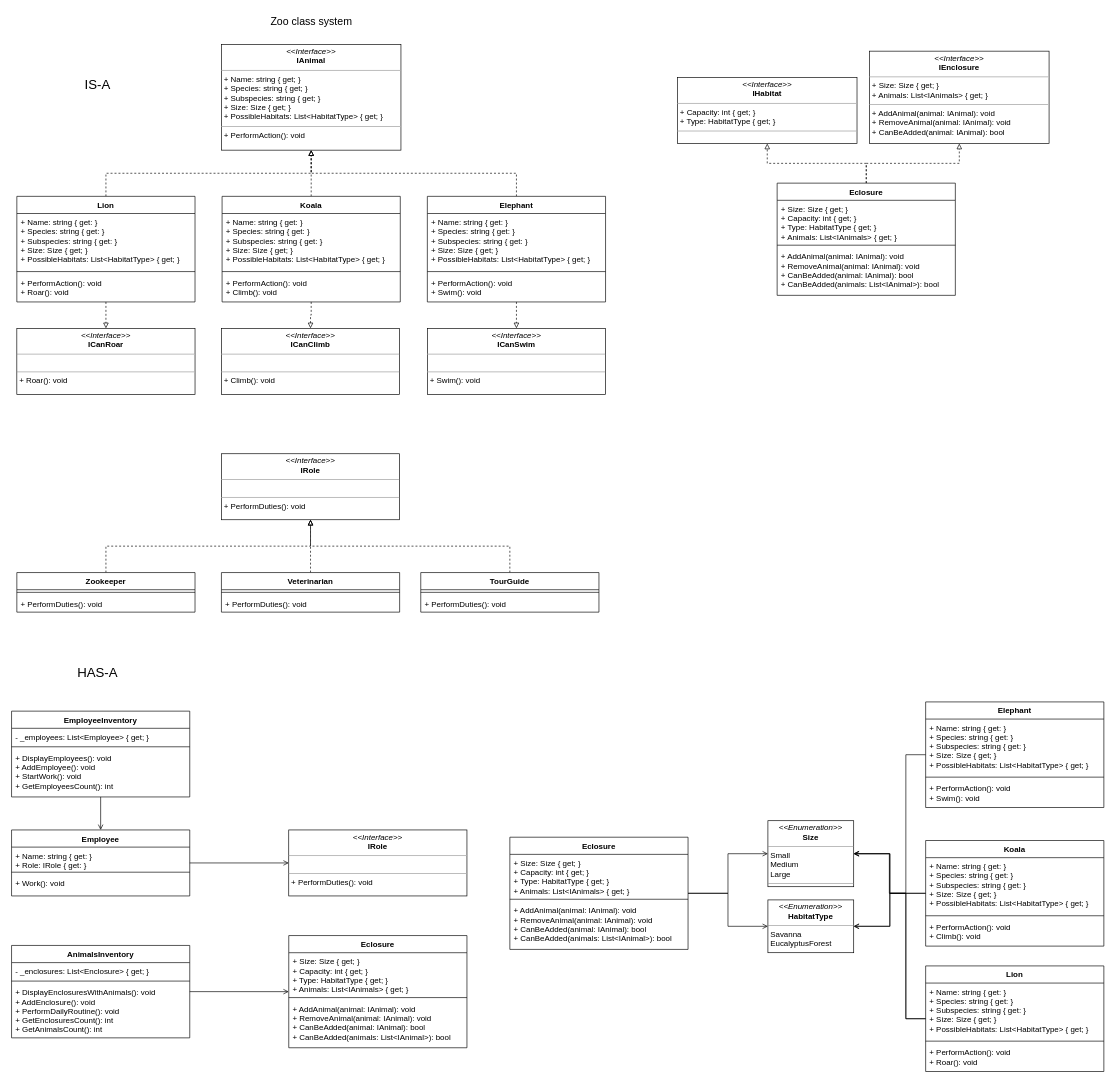
The draw.io diagram Lab1/ZooClassSystemDiagram.drawio in DeLinev/SoftwareDesignLabs, before the edit. Source tidied: cells renumbered, new cells numbered last; positions are measured from the earlier drawing's top-left corner, leaving out a move shared by most shapes. Both pictures are drawn from the tidied source at 66%, with x=0, y=0 at pixel (11, 11).
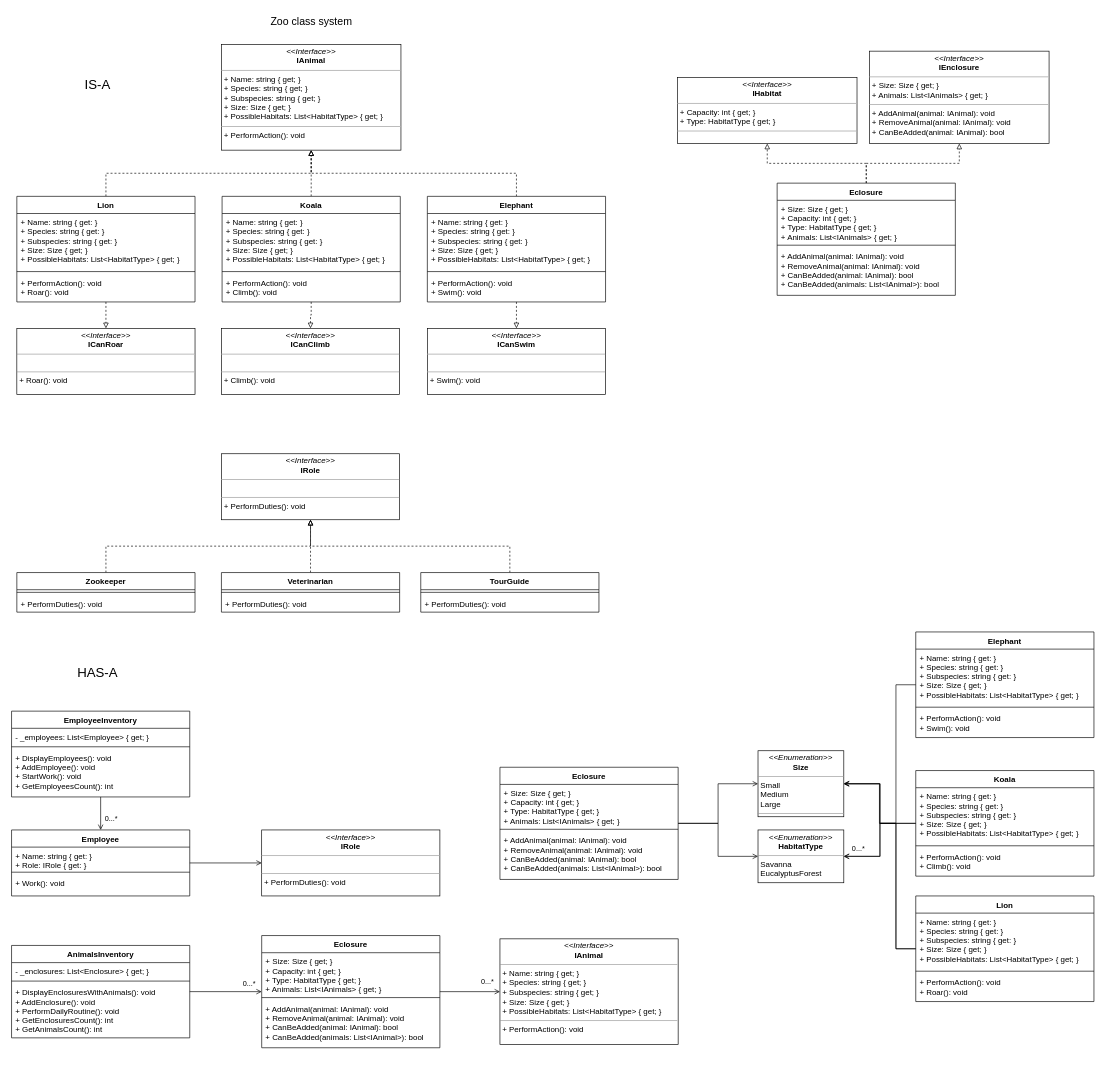
The same diagram, later.

Commit message (it also covers changes not shown here):
Correct class diagram

The change refers to these unchanged cells:
```xml
<mxCell id="58" style="edgeStyle=orthogonalEdgeStyle;rounded=0;jettySize=auto;html=1;exitX=0.5;exitY=1;exitDx=0;exitDy=0;entryX=0.5;entryY=0;entryDx=0;entryDy=0;endArrow=open;endFill=0;" parent="1" edge="1" source="59" target="47">
  <mxGeometry relative="1" as="geometry" />
</mxCell>
<mxCell id="67" style="edgeStyle=orthogonalEdgeStyle;rounded=0;jettySize=auto;html=1;entryX=0;entryY=0.5;entryDx=0;entryDy=0;endArrow=open;endFill=0;exitX=1;exitY=0.146;exitDx=0;exitDy=0;exitPerimeter=0;" parent="1" edge="1" source="57" target="63">
  <mxGeometry relative="1" as="geometry" />
</mxCell>
<mxCell id="83" style="edgeStyle=orthogonalEdgeStyle;rounded=0;jettySize=auto;html=1;entryX=1;entryY=0.5;entryDx=0;entryDy=0;endArrow=open;endFill=0;" parent="1" edge="1" source="84" target="69">
  <mxGeometry relative="1" as="geometry" />
</mxCell>
```

Diff of the diagram source:
```diff
@@
     <mxCell id="53" value="&lt;p style=&quot;margin:0px;margin-top:4px;text-align:center;&quot;&gt;&lt;i&gt;&amp;lt;&amp;lt;Interface&amp;gt;&amp;gt;&lt;/i&gt;&lt;br&gt;&lt;b&gt;IRole&lt;/b&gt;&lt;/p&gt;&lt;hr size=&quot;1&quot;&gt;&lt;br&gt;&lt;hr size=&quot;1&quot;&gt;&lt;p style=&quot;margin:0px;margin-left:4px;&quot;&gt;+ PerformDuties(): void&lt;/p&gt;" style="verticalAlign=top;align=left;overflow=fill;fontSize=12;fontFamily=Helvetica;html=1;" parent="1" vertex="1">
-      <mxGeometry x="420" y="1240" width="270" height="100" as="geometry" />
+      <mxGeometry x="379" y="1240" width="270" height="100" as="geometry" />
     </mxCell>
@@
+    <mxCell id="93" value="0...*" style="edgeLabel;html=1;align=center;verticalAlign=middle;" parent="58" vertex="1">
+      <mxGeometry x="0.27" y="-1" relative="1" as="geometry">
+        <mxPoint x="16" as="offset" />
+      </mxGeometry>
+    </mxCell>
@@
+    <mxCell id="94" style="edgeStyle=orthogonalEdgeStyle;rounded=0;jettySize=auto;html=1;entryX=0;entryY=0.5;entryDx=0;entryDy=0;endArrow=open;endFill=0;" parent="1" edge="1" source="63" target="98">
+      <mxGeometry relative="1" as="geometry" />
+    </mxCell>
+    <mxCell id="95" value="0...*" style="edgeLabel;html=1;align=center;verticalAlign=middle;" parent="94" vertex="1">
+      <mxGeometry x="0.26" y="1" relative="1" as="geometry">
+        <mxPoint x="14" y="-15" as="offset" />
+      </mxGeometry>
+    </mxCell>
     <mxCell id="63" value="Eclosure" style="swimlane;fontStyle=1;align=center;verticalAlign=top;horizontal=1;startSize=26;fontSize=12;" parent="1" vertex="1">
-      <mxGeometry x="420" y="1400" width="270" height="170" as="geometry" />
+      <mxGeometry x="379" y="1400" width="270" height="170" as="geometry" />
     </mxCell>
@@
+    <mxCell id="96" value="0...*" style="edgeLabel;html=1;align=center;verticalAlign=middle;" parent="67" vertex="1">
+      <mxGeometry x="0.63" y="1" relative="1" as="geometry">
+        <mxPoint y="-11" as="offset" />
+      </mxGeometry>
+    </mxCell>
     <mxCell id="68" value="&lt;p style=&quot;margin:0px;margin-top:4px;text-align:center;&quot;&gt;&lt;i&gt;&amp;lt;&amp;lt;Enumeration&amp;gt;&amp;gt;&lt;/i&gt;&lt;br&gt;&lt;b&gt;Size&lt;/b&gt;&lt;/p&gt;&lt;hr size=&quot;1&quot;&gt;&lt;p style=&quot;margin:0px;margin-left:4px;&quot;&gt;Small&lt;/p&gt;&lt;p style=&quot;margin:0px;margin-left:4px;&quot;&gt;Medium&lt;/p&gt;&lt;p style=&quot;margin:0px;margin-left:4px;&quot;&gt;Large&lt;/p&gt;&lt;hr size=&quot;1&quot;&gt;" style="verticalAlign=top;align=left;overflow=fill;fontSize=12;fontFamily=Helvetica;html=1;" parent="1" vertex="1">
-      <mxGeometry x="1146" y="1226" width="130" height="100" as="geometry" />
+      <mxGeometry x="1131" y="1120" width="130" height="100" as="geometry" />
     </mxCell>
     <mxCell id="69" value="&lt;p style=&quot;margin:0px;margin-top:4px;text-align:center;&quot;&gt;&lt;i&gt;&amp;lt;&amp;lt;Enumeration&amp;gt;&amp;gt;&lt;/i&gt;&lt;br&gt;&lt;b&gt;HabitatType&lt;/b&gt;&lt;/p&gt;&lt;hr size=&quot;1&quot;&gt;&lt;p style=&quot;margin:0px;margin-left:4px;&quot;&gt;Savanna&lt;/p&gt;&lt;p style=&quot;margin:0px;margin-left:4px;&quot;&gt;EucalyptusForest&lt;/p&gt;&lt;hr size=&quot;1&quot;&gt;" style="verticalAlign=top;align=left;overflow=fill;fontSize=12;fontFamily=Helvetica;html=1;" parent="1" vertex="1">
-      <mxGeometry x="1146" y="1346" width="130" height="80" as="geometry" />
+      <mxGeometry x="1131" y="1240" width="130" height="80" as="geometry" />
     </mxCell>
@@
     <mxCell id="72" value="Eclosure" style="swimlane;fontStyle=1;align=center;verticalAlign=top;horizontal=1;startSize=26;fontSize=12;" parent="1" vertex="1">
-      <mxGeometry x="755" y="1251" width="270" height="170" as="geometry" />
+      <mxGeometry x="740" y="1145" width="270" height="170" as="geometry" />
     </mxCell>
@@
     <mxCell id="76" style="edgeStyle=orthogonalEdgeStyle;rounded=0;jettySize=auto;html=1;entryX=1;entryY=0.5;entryDx=0;entryDy=0;endArrow=open;endFill=0;" parent="1" edge="1" source="78" target="68">
       <mxGeometry relative="1" as="geometry">
         <Array as="points">
-          <mxPoint x="1355" y="1526" />
-          <mxPoint x="1355" y="1336" />
-          <mxPoint x="1331" y="1336" />
-          <mxPoint x="1331" y="1276" />
+          <mxPoint x="1340" y="1420" />
+          <mxPoint x="1340" y="1230" />
+          <mxPoint x="1316" y="1230" />
+          <mxPoint x="1316" y="1170" />
         </Array>
       </mxGeometry>
     </mxCell>
     <mxCell id="77" style="edgeStyle=orthogonalEdgeStyle;rounded=0;jettySize=auto;html=1;entryX=1;entryY=0.5;entryDx=0;entryDy=0;endArrow=open;endFill=0;" parent="1" edge="1" source="78" target="69">
       <mxGeometry relative="1" as="geometry">
         <Array as="points">
-          <mxPoint x="1355" y="1526" />
-          <mxPoint x="1355" y="1336" />
-          <mxPoint x="1331" y="1336" />
-          <mxPoint x="1331" y="1386" />
+          <mxPoint x="1340" y="1420" />
+          <mxPoint x="1340" y="1230" />
+          <mxPoint x="1316" y="1230" />
+          <mxPoint x="1316" y="1280" />
         </Array>
       </mxGeometry>
     </mxCell>
     <mxCell id="78" value="Lion" style="swimlane;fontStyle=1;align=center;verticalAlign=top;horizontal=1;startSize=26;fontSize=12;" parent="1" vertex="1">
-      <mxGeometry x="1385" y="1446" width="270" height="160" as="geometry" />
+      <mxGeometry x="1370" y="1340" width="270" height="160" as="geometry" />
     </mxCell>
@@
+    <mxCell id="97" value="0...*" style="edgeLabel;html=1;align=center;verticalAlign=middle;" parent="83" vertex="1">
+      <mxGeometry x="0.73" y="-1" relative="1" as="geometry">
+        <mxPoint y="-11" as="offset" />
+      </mxGeometry>
+    </mxCell>
     <mxCell id="84" value="Koala" style="swimlane;fontStyle=1;align=center;verticalAlign=top;horizontal=1;startSize=26;fontSize=12;" parent="1" vertex="1">
-      <mxGeometry x="1385" y="1256" width="270" height="160" as="geometry" />
+      <mxGeometry x="1370" y="1150" width="270" height="160" as="geometry" />
     </mxCell>
@@
     <mxCell id="88" style="edgeStyle=orthogonalEdgeStyle;rounded=0;jettySize=auto;html=1;entryX=1;entryY=0.5;entryDx=0;entryDy=0;endArrow=open;endFill=0;" parent="1" edge="1" source="89" target="68">
       <mxGeometry relative="1" as="geometry">
         <Array as="points">
-          <mxPoint x="1355" y="1126" />
-          <mxPoint x="1355" y="1336" />
-          <mxPoint x="1330" y="1336" />
-          <mxPoint x="1330" y="1276" />
+          <mxPoint x="1340" y="1020" />
+          <mxPoint x="1340" y="1230" />
+          <mxPoint x="1315" y="1230" />
+          <mxPoint x="1315" y="1170" />
         </Array>
       </mxGeometry>
     </mxCell>
     <mxCell id="89" value="Elephant" style="swimlane;fontStyle=1;align=center;verticalAlign=top;horizontal=1;startSize=26;fontSize=12;" parent="1" vertex="1">
-      <mxGeometry x="1385" y="1046" width="270" height="160" as="geometry" />
+      <mxGeometry x="1370" y="940" width="270" height="160" as="geometry" />
     </mxCell>
@@
+    <mxCell id="98" value="&lt;p style=&quot;margin:0px;margin-top:4px;text-align:center;&quot;&gt;&lt;i&gt;&amp;lt;&amp;lt;Interface&amp;gt;&amp;gt;&lt;/i&gt;&lt;br&gt;&lt;b&gt;IAnimal&lt;/b&gt;&lt;/p&gt;&lt;hr size=&quot;1&quot;&gt;&lt;p style=&quot;margin:0px;margin-left:4px;&quot;&gt;+ Name: string { get; }&lt;br&gt;+ Species: string { get; }&lt;/p&gt;&lt;p style=&quot;margin:0px;margin-left:4px;&quot;&gt;+ Subspecies: string { get; }&lt;/p&gt;&lt;p style=&quot;margin:0px;margin-left:4px;&quot;&gt;+ Size: Size { get; }&lt;/p&gt;&lt;p style=&quot;margin:0px;margin-left:4px;&quot;&gt;+ PossibleHabitats: List&amp;lt;HabitatType&amp;gt; { get; }&lt;/p&gt;&lt;hr size=&quot;1&quot;&gt;&lt;p style=&quot;margin:0px;margin-left:4px;&quot;&gt;+ PerformAction(): void&lt;/p&gt;" style="verticalAlign=top;align=left;overflow=fill;fontSize=12;fontFamily=Helvetica;html=1;" parent="1" vertex="1">
+      <mxGeometry x="740" y="1405" width="270" height="160" as="geometry" />
+    </mxCell>
```
